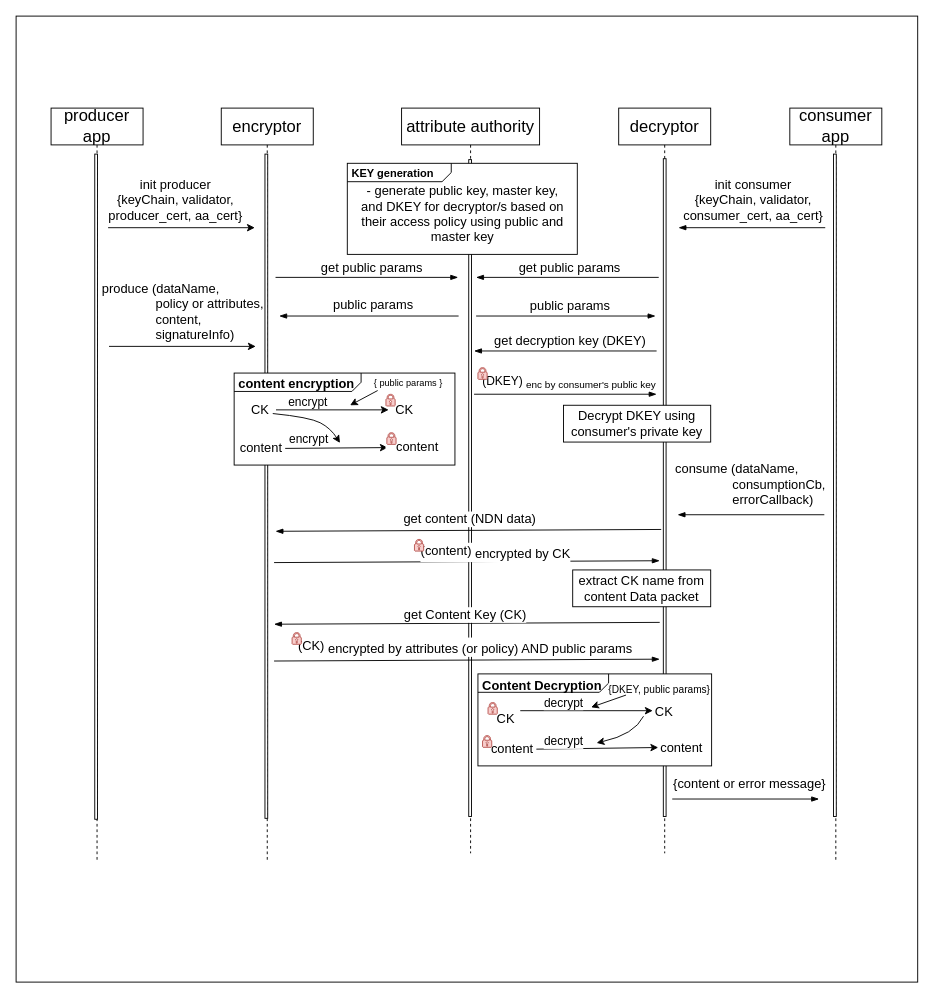
Above: page "Page-1" (1 of 2) of seq-nac-revisit.drawio in dulalsaurab/NDNHealth (draw.io), before the change. Source tidied: cells renumbered, new cells numbered last; positions are measured from the earlier drawing's top-left corner, leaving out a move shared by most shapes. Both pictures are drawn from the tidied source at 92%, with x=0, y=0 at pixel (16, 16).
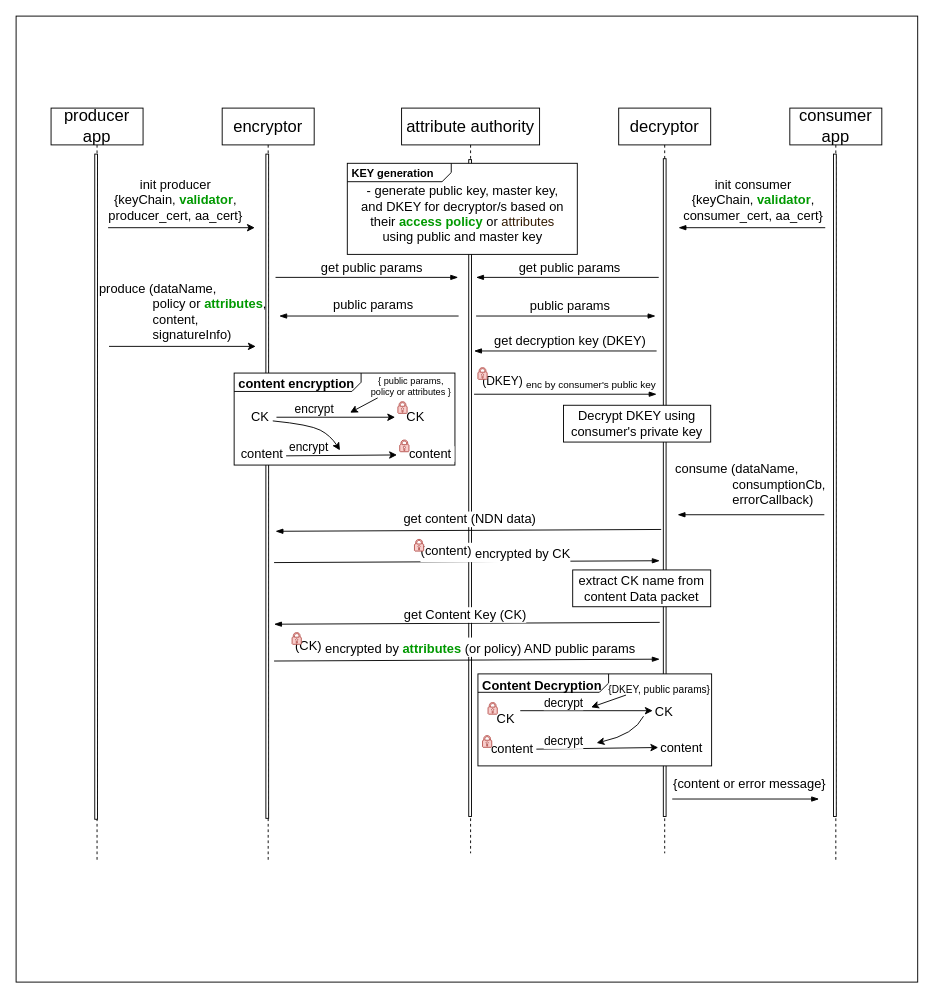
After the change.

Unchanged cells that the change refers to:
```xml
<mxCell id="24" style="endArrow=blockThin;html=1;rounded=0;endSize=6;startArrow=none;startFill=0;endFill=1;" parent="1" edge="1">
  <mxGeometry relative="1" as="geometry">
    <mxPoint x="280.4" y="701" as="sourcePoint" />
    <mxPoint x="699.6" y="699" as="targetPoint" />
  </mxGeometry>
</mxCell>
```

What changed in the source:
```diff
@@
     <mxCell id="3" value="&lt;font style=&quot;font-size: 18px;&quot;&gt;encryptor&lt;/font&gt;" style="shape=umlLifeline;perimeter=lifelinePerimeter;whiteSpace=wrap;html=1;newEdgeStyle={&quot;edgeStyle&quot;:&quot;elbowEdgeStyle&quot;,&quot;elbow&quot;:&quot;vertical&quot;,&quot;curved&quot;:0,&quot;rounded&quot;:0};" parent="1" vertex="1">
-      <mxGeometry x="223" y="100" width="100" height="820" as="geometry" />
+      <mxGeometry x="224" y="100" width="100" height="820" as="geometry" />
     </mxCell>
@@
-    <mxCell id="25" value="(CK)&amp;nbsp;&lt;sub style=&quot;font-size: 14px;&quot;&gt;encrypted by attributes (or policy) AND public params&lt;/sub&gt;" style="edgeLabel;html=1;align=center;verticalAlign=middle;fontSize=14;" parent="24" vertex="1">
+    <mxCell id="25" value="(CK)&amp;nbsp;&lt;sub style=&quot;font-size: 14px;&quot;&gt;encrypted by &lt;font color=&quot;#009900&quot;&gt;&lt;b&gt;attributes&lt;/b&gt;&lt;/font&gt; (or policy) AND public params&lt;/sub&gt;" style="edgeLabel;html=1;align=center;verticalAlign=middle;fontSize=14;" parent="24" vertex="1">
       <mxGeometry x="-0.16" y="-1" relative="1" as="geometry">
         <mxPoint x="31" y="-16" as="offset" />
       </mxGeometry>
     </mxCell>
@@
-    <mxCell id="33" value="&lt;font style=&quot;font-size: 14px;&quot;&gt;- generate public key, master key, and DKEY for decryptor/s based on their access policy using public and master key&lt;/font&gt;" style="text;html=1;strokeColor=none;fillColor=none;align=center;verticalAlign=middle;whiteSpace=wrap;rounded=0;" parent="1" vertex="1">
+    <mxCell id="33" value="&lt;font style=&quot;font-size: 14px;&quot;&gt;- generate public key, master key, and DKEY for decryptor/s based on their &lt;font color=&quot;#009900&quot;&gt;&lt;b&gt;access policy&lt;/b&gt;&lt;/font&gt; or &lt;font style=&quot;&quot; color=&quot;#331a00&quot;&gt;attributes&lt;/font&gt; using public and master key&lt;/font&gt;" style="text;html=1;strokeColor=none;fillColor=none;align=center;verticalAlign=middle;whiteSpace=wrap;rounded=0;" parent="1" vertex="1">
       <mxGeometry x="367.5" y="180" width="235" height="70" as="geometry" />
     </mxCell>
@@
     <mxCell id="37" style="endArrow=classic;html=1;rounded=0;" parent="1" edge="1">
       <mxGeometry relative="1" as="geometry">
-        <mxPoint x="276" y="428" as="sourcePoint" />
-        <mxPoint x="405" y="428" as="targetPoint" />
+        <mxPoint x="283" y="436" as="sourcePoint" />
+        <mxPoint x="412" y="436" as="targetPoint" />
       </mxGeometry>
     </mxCell>
-    <mxCell id="38" value="{ public params }" style="edgeLabel;html=1;align=center;verticalAlign=middle;fontSize=10;" parent="37" vertex="1">
+    <mxCell id="38" value="{ public params, &lt;br&gt;policy or attributes }" style="edgeLabel;html=1;align=center;verticalAlign=middle;fontSize=10;" parent="37" vertex="1">
       <mxGeometry x="-0.08" y="3" relative="1" as="geometry">
-        <mxPoint x="90" y="-27" as="offset" />
+        <mxPoint x="86" y="-32" as="offset" />
       </mxGeometry>
     </mxCell>
     <mxCell id="39" value="&amp;nbsp; CK" style="edgeLabel;html=1;align=center;verticalAlign=middle;fontSize=14;" parent="37" vertex="1">
       <mxGeometry x="0.86" y="-2" relative="1" as="geometry">
-        <mxPoint x="21" y="-3" as="offset" />
+        <mxPoint x="26" y="-3" as="offset" />
       </mxGeometry>
     </mxCell>
@@
     <mxCell id="41" style="endArrow=classic;html=1;rounded=0;" parent="1" edge="1">
       <mxGeometry relative="1" as="geometry">
-        <mxPoint x="279" y="470" as="sourcePoint" />
-        <mxPoint x="404" y="469" as="targetPoint" />
+        <mxPoint x="289" y="478" as="sourcePoint" />
+        <mxPoint x="414" y="477" as="targetPoint" />
       </mxGeometry>
     </mxCell>
     <mxCell id="42" value="&lt;font style=&quot;font-size: 14px;&quot;&gt;CK&amp;nbsp;&amp;nbsp;&lt;/font&gt;" style="edgeLabel;html=1;align=center;verticalAlign=middle;" parent="1" vertex="1">
-      <mxGeometry x="457.8" y="437" as="geometry">
+      <mxGeometry x="457.8" y="445" as="geometry">
         <mxPoint x="-189" y="-10" as="offset" />
       </mxGeometry>
     </mxCell>
-    <mxCell id="43" value="content&amp;nbsp;" style="edgeLabel;html=1;align=center;verticalAlign=middle;fontSize=14;" parent="1" vertex="1">
-      <mxGeometry x="473.8" y="460" as="geometry">
-        <mxPoint x="-206" y="8" as="offset" />
-      </mxGeometry>
-    </mxCell>
     <mxCell id="44" value="&amp;nbsp; &amp;nbsp;content&amp;nbsp;" style="edgeLabel;html=1;align=center;verticalAlign=middle;fontSize=14;" parent="1" vertex="1">
-      <mxGeometry x="433" y="470.3" as="geometry">
+      <mxGeometry x="447" y="478.3" as="geometry">
         <mxPoint x="-2" y="-3" as="offset" />
       </mxGeometry>
     </mxCell>
     <mxCell id="45" style="sketch=0;shadow=0;dashed=0;html=1;strokeColor=#b85450;labelPosition=center;verticalLabelPosition=bottom;verticalAlign=top;align=center;fillColor=#f8cecc;shape=mxgraph.mscae.enterprise.lock;" parent="1" vertex="1">
-      <mxGeometry x="402" y="411" width="10" height="12.8" as="geometry" />
+      <mxGeometry x="415" y="419" width="10" height="12.8" as="geometry" />
     </mxCell>
     <mxCell id="46" style="sketch=0;shadow=0;dashed=0;html=1;strokeColor=#b85450;labelPosition=center;verticalLabelPosition=bottom;verticalAlign=top;align=center;fillColor=#f8cecc;shape=mxgraph.mscae.enterprise.lock;" parent="1" vertex="1">
-      <mxGeometry x="403" y="452.7" width="10" height="12.8" as="geometry" />
+      <mxGeometry x="417" y="460.7" width="10" height="12.8" as="geometry" />
     </mxCell>
@@
     <mxCell id="62" style="curved=1;endArrow=classic;html=1;rounded=0;" parent="1" edge="1">
       <mxGeometry relative="1" as="geometry">
-        <mxPoint x="279" y="432" as="sourcePoint" />
-        <mxPoint x="352" y="464" as="targetPoint" />
+        <mxPoint x="279" y="440" as="sourcePoint" />
+        <mxPoint x="352" y="472" as="targetPoint" />
         <Array as="points">
-          <mxPoint x="319" y="436" />
-          <mxPoint x="342" y="448" />
+          <mxPoint x="319" y="444" />
+          <mxPoint x="342" y="456" />
         </Array>
       </mxGeometry>
     </mxCell>
     <mxCell id="63" value="encrypt" style="edgeLabel;html=1;align=center;verticalAlign=middle;fontSize=13;" parent="1" vertex="1">
-      <mxGeometry x="317" y="459" as="geometry" />
+      <mxGeometry x="317" y="467" as="geometry" />
     </mxCell>
     <mxCell id="64" style="endArrow=classic;html=1;rounded=0;" parent="1" edge="1">
       <mxGeometry relative="1" as="geometry">
-        <mxPoint x="393" y="407" as="sourcePoint" />
-        <mxPoint x="363" y="423" as="targetPoint" />
+        <mxPoint x="393" y="415" as="sourcePoint" />
+        <mxPoint x="363" y="431" as="targetPoint" />
       </mxGeometry>
     </mxCell>
@@
-    <mxCell id="70" value="&lt;div style=&quot;text-align: left;&quot;&gt;&lt;span style=&quot;background-color: initial;&quot;&gt;produce (&lt;/span&gt;&lt;span style=&quot;background-color: initial;&quot;&gt;dataName,&lt;/span&gt;&lt;/div&gt;&lt;span style=&quot;background-color: initial;&quot;&gt;&lt;div style=&quot;text-align: left;&quot;&gt;&lt;span style=&quot;background-color: initial;&quot;&gt;&amp;nbsp; &amp;nbsp; &amp;nbsp; &amp;nbsp; &amp;nbsp; &amp;nbsp; &amp;nbsp; &amp;nbsp;policy or attributes,&amp;nbsp;&lt;/span&gt;&lt;/div&gt;&lt;/span&gt;&lt;span style=&quot;background-color: initial;&quot;&gt;&lt;div style=&quot;text-align: left;&quot;&gt;&lt;span style=&quot;background-color: initial;&quot;&gt;&amp;nbsp; &amp;nbsp; &amp;nbsp; &amp;nbsp; &amp;nbsp; &amp;nbsp; &amp;nbsp; &amp;nbsp;content, &lt;br&gt;&amp;nbsp; &amp;nbsp; &amp;nbsp; &amp;nbsp; &amp;nbsp; &amp;nbsp; &amp;nbsp; &amp;nbsp;signatureInfo)&lt;/span&gt;&lt;/div&gt;&lt;/span&gt;" style="edgeLabel;html=1;align=center;verticalAlign=middle;fontSize=14;labelBackgroundColor=none;" parent="1" vertex="1">
+    <mxCell id="70" value="&lt;div style=&quot;text-align: left;&quot;&gt;&lt;span style=&quot;background-color: initial;&quot;&gt;produce (&lt;/span&gt;&lt;span style=&quot;background-color: initial;&quot;&gt;dataName,&lt;/span&gt;&lt;/div&gt;&lt;span style=&quot;background-color: initial;&quot;&gt;&lt;div style=&quot;text-align: left;&quot;&gt;&lt;span style=&quot;background-color: initial;&quot;&gt;&amp;nbsp; &amp;nbsp; &amp;nbsp; &amp;nbsp; &amp;nbsp; &amp;nbsp; &amp;nbsp; &amp;nbsp;policy or &lt;font color=&quot;#009900&quot;&gt;&lt;b&gt;attributes&lt;/b&gt;&lt;/font&gt;,&amp;nbsp;&lt;/span&gt;&lt;/div&gt;&lt;/span&gt;&lt;span style=&quot;background-color: initial;&quot;&gt;&lt;div style=&quot;text-align: left;&quot;&gt;&lt;span style=&quot;background-color: initial;&quot;&gt;&amp;nbsp; &amp;nbsp; &amp;nbsp; &amp;nbsp; &amp;nbsp; &amp;nbsp; &amp;nbsp; &amp;nbsp;content, &lt;br&gt;&amp;nbsp; &amp;nbsp; &amp;nbsp; &amp;nbsp; &amp;nbsp; &amp;nbsp; &amp;nbsp; &amp;nbsp;signatureInfo)&lt;/span&gt;&lt;/div&gt;&lt;/span&gt;" style="edgeLabel;html=1;align=center;verticalAlign=middle;fontSize=14;labelBackgroundColor=none;" parent="1" vertex="1">
       <mxGeometry x="182" y="320" as="geometry" />
     </mxCell>
@@
-    <mxCell id="77" value="&lt;div style=&quot;&quot;&gt;init producer&lt;/div&gt;&lt;div style=&quot;&quot;&gt;{keyChain,&amp;nbsp;&lt;span style=&quot;background-color: initial;&quot;&gt;validator,&lt;/span&gt;&lt;/div&gt;&lt;div style=&quot;&quot;&gt;producer_cert,&amp;nbsp;&lt;span style=&quot;background-color: initial;&quot;&gt;aa_cert}&lt;/span&gt;&lt;/div&gt;" style="edgeLabel;html=1;align=center;verticalAlign=middle;fontSize=14;labelBackgroundColor=none;" parent="1" vertex="1">
+    <mxCell id="77" value="&lt;div style=&quot;&quot;&gt;init producer&lt;/div&gt;&lt;div style=&quot;&quot;&gt;{keyChain,&amp;nbsp;&lt;span style=&quot;background-color: initial;&quot;&gt;&lt;b style=&quot;&quot;&gt;&lt;font color=&quot;#009900&quot;&gt;validator&lt;/font&gt;&lt;/b&gt;,&lt;/span&gt;&lt;/div&gt;&lt;div style=&quot;&quot;&gt;producer_cert,&amp;nbsp;&lt;span style=&quot;background-color: initial;&quot;&gt;aa_cert}&lt;/span&gt;&lt;/div&gt;" style="edgeLabel;html=1;align=center;verticalAlign=middle;fontSize=14;labelBackgroundColor=none;" parent="1" vertex="1">
       <mxGeometry x="172" y="199.3" as="geometry" />
     </mxCell>
-    <mxCell id="78" value="&lt;div style=&quot;&quot;&gt;init consumer&lt;/div&gt;&lt;div style=&quot;&quot;&gt;{keyChain,&amp;nbsp;&lt;span style=&quot;background-color: initial;&quot;&gt;validator,&lt;/span&gt;&lt;/div&gt;&lt;div style=&quot;&quot;&gt;consumer_cert,&amp;nbsp;&lt;span style=&quot;background-color: initial;&quot;&gt;aa_cert}&lt;/span&gt;&lt;/div&gt;" style="edgeLabel;html=1;align=center;verticalAlign=middle;fontSize=14;labelBackgroundColor=none;rotation=0;" parent="1" vertex="1">
+    <mxCell id="78" value="&lt;div style=&quot;&quot;&gt;init consumer&lt;/div&gt;&lt;div style=&quot;&quot;&gt;{keyChain,&amp;nbsp;&lt;b style=&quot;border-color: var(--border-color);&quot;&gt;&lt;font color=&quot;#009900&quot;&gt;validator&lt;/font&gt;&lt;/b&gt;&lt;span style=&quot;background-color: initial;&quot;&gt;,&lt;/span&gt;&lt;/div&gt;&lt;div style=&quot;&quot;&gt;consumer_cert,&amp;nbsp;&lt;span style=&quot;background-color: initial;&quot;&gt;aa_cert}&lt;/span&gt;&lt;/div&gt;" style="edgeLabel;html=1;align=center;verticalAlign=middle;fontSize=14;labelBackgroundColor=none;rotation=0;" parent="1" vertex="1">
       <mxGeometry x="800" y="199.3" as="geometry" />
     </mxCell>
+    <mxCell id="43" value="content&amp;nbsp;" style="edgeLabel;html=1;align=center;verticalAlign=middle;fontSize=14;" parent="1" vertex="1">
+      <mxGeometry x="270" y="478.3" as="geometry">
+        <mxPoint x="-2" y="-3" as="offset" />
+      </mxGeometry>
+    </mxCell>
```
